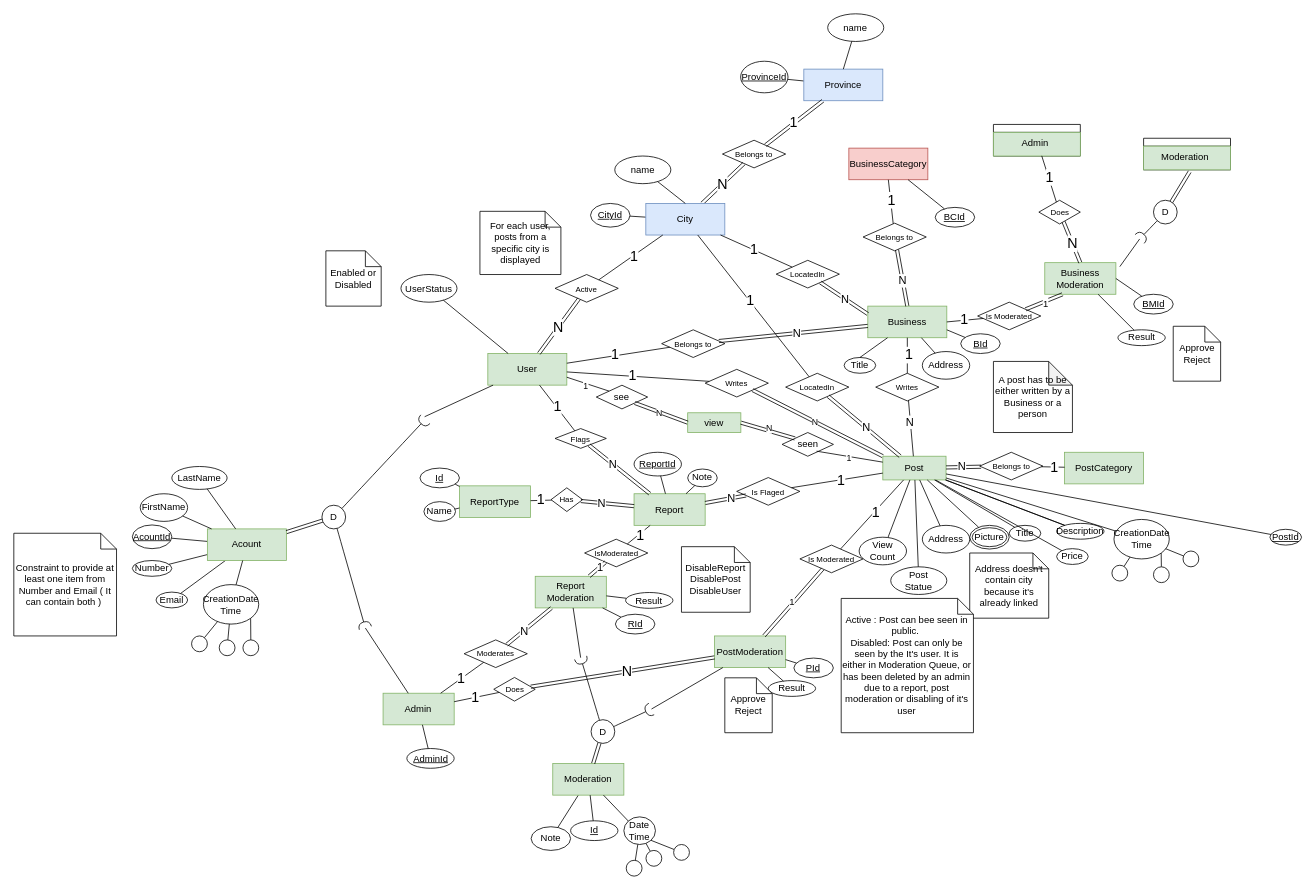
Above: Project.drawio in khebrati/HamsellDatabase (draw.io), before the change. Source tidied: cells renumbered, new cells numbered last; positions are measured from the earlier drawing's top-left corner, leaving out a move shared by most shapes. Both pictures are drawn from the tidied source at 79%, with x=0, y=0 at pixel (13, 13).
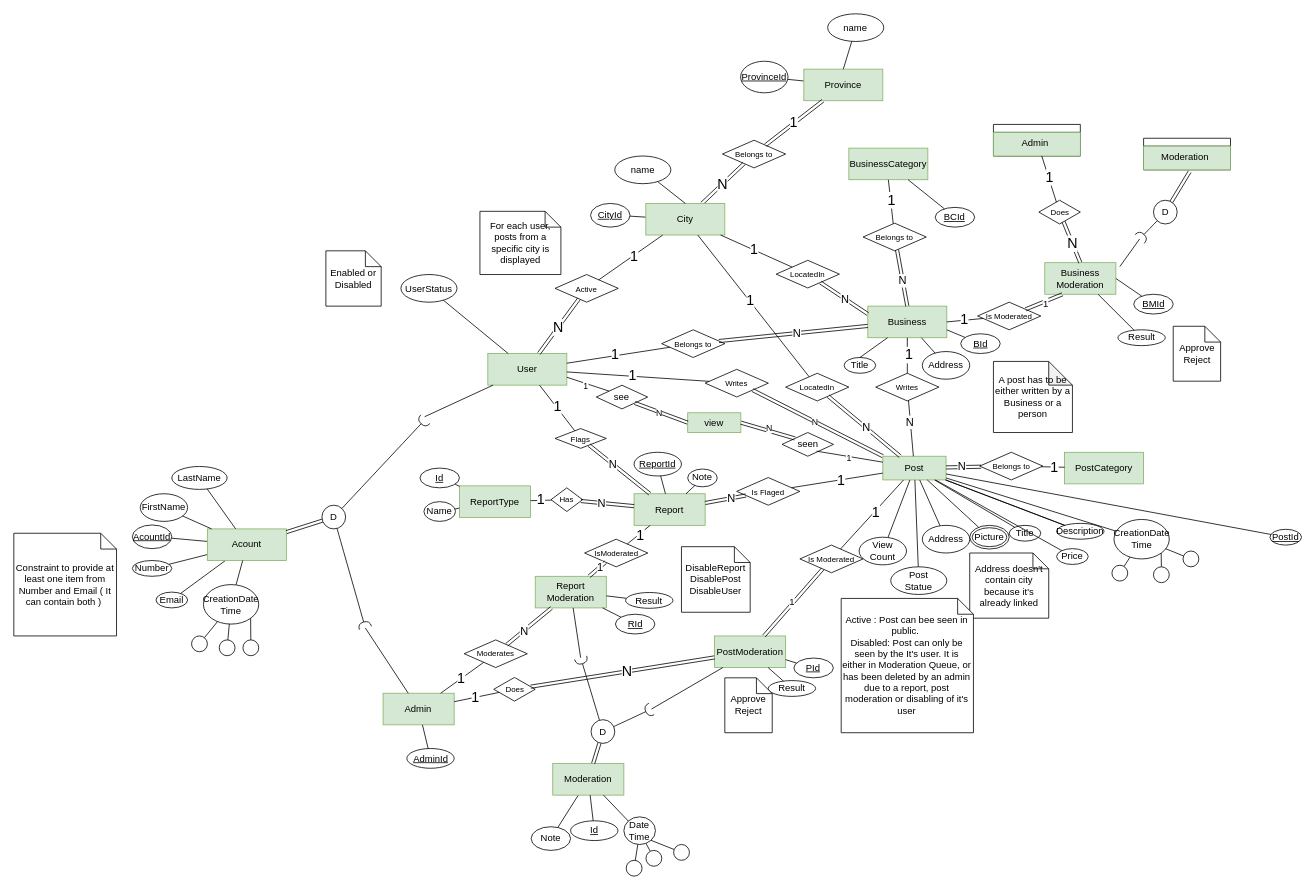
The same diagram, later.

Commit message (it also covers changes not shown here):
ReportID changed to primary key

Diff of the diagram source:
```diff
@@
-    <mxCell id="54" value="Province" style="whiteSpace=wrap;html=1;align=center;fillColor=#dae8fc;strokeColor=#6c8ebf;" parent="1" vertex="1">
+    <mxCell id="54" value="Province" style="whiteSpace=wrap;html=1;align=center;fillColor=#d5e8d4;strokeColor=#82b366;" parent="1" vertex="1">
       <mxGeometry x="1000" y="70" width="100" height="40" as="geometry" />
     </mxCell>
@@
-    <mxCell id="57" value="City" style="whiteSpace=wrap;html=1;align=center;fillColor=#dae8fc;strokeColor=#6c8ebf;" parent="1" vertex="1">
+    <mxCell id="57" value="City" style="whiteSpace=wrap;html=1;align=center;fillColor=#d5e8d4;strokeColor=#82b366;" parent="1" vertex="1">
       <mxGeometry x="800" y="240" width="100" height="40" as="geometry" />
     </mxCell>
@@
-    <mxCell id="256" value="BusinessCategory" style="whiteSpace=wrap;html=1;align=center;fillColor=#f8cecc;strokeColor=#b85450;" parent="1" vertex="1">
+    <mxCell id="256" value="BusinessCategory" style="whiteSpace=wrap;html=1;align=center;fillColor=#d5e8d4;strokeColor=#82b366;" parent="1" vertex="1">
       <mxGeometry x="1057" y="170" width="100" height="40" as="geometry" />
     </mxCell>
```
